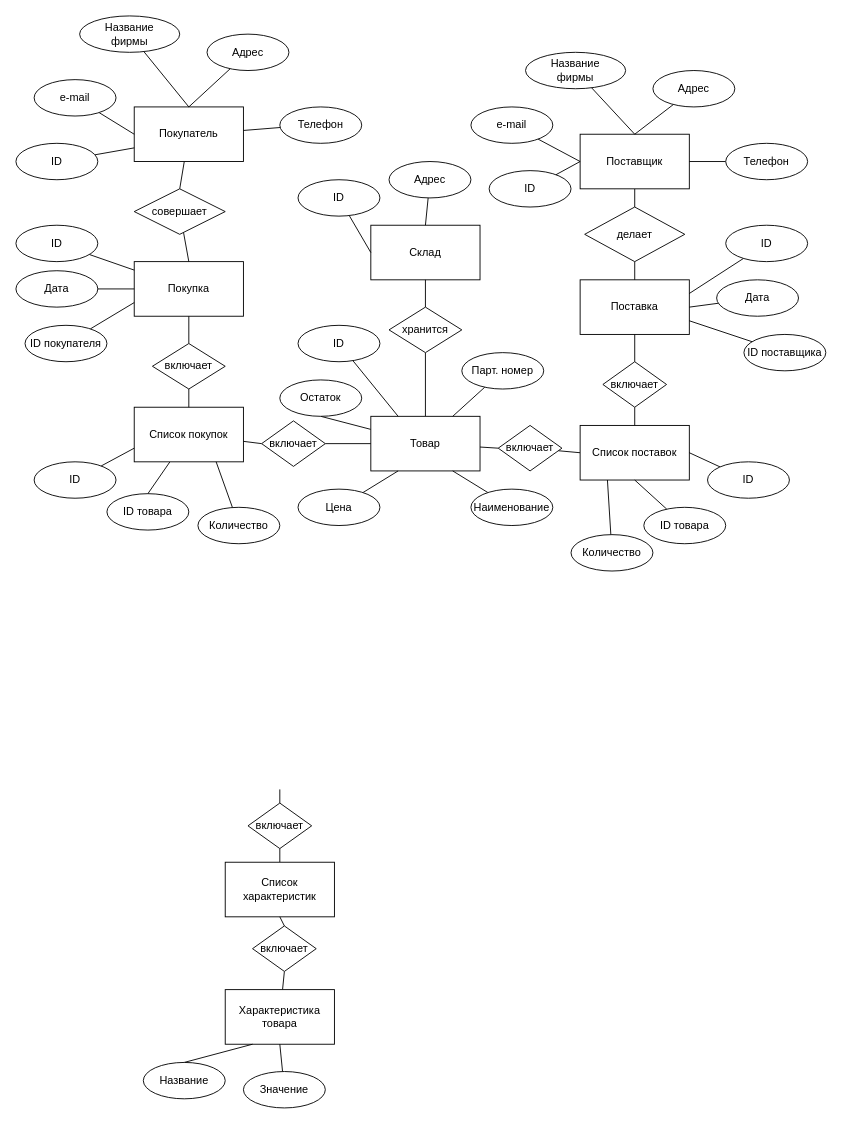
The draw.io diagram page "storehouse" (1 of 3) of Diagramms/storehouse.drawio in irina110302/Storehouse, before the edit. Source tidied: cells renumbered, new cells numbered last; positions are measured from the earlier drawing's top-left corner, leaving out a move shared by most shapes. Both pictures are drawn from the tidied source at 91%, with x=0, y=0 at pixel (15, 15).
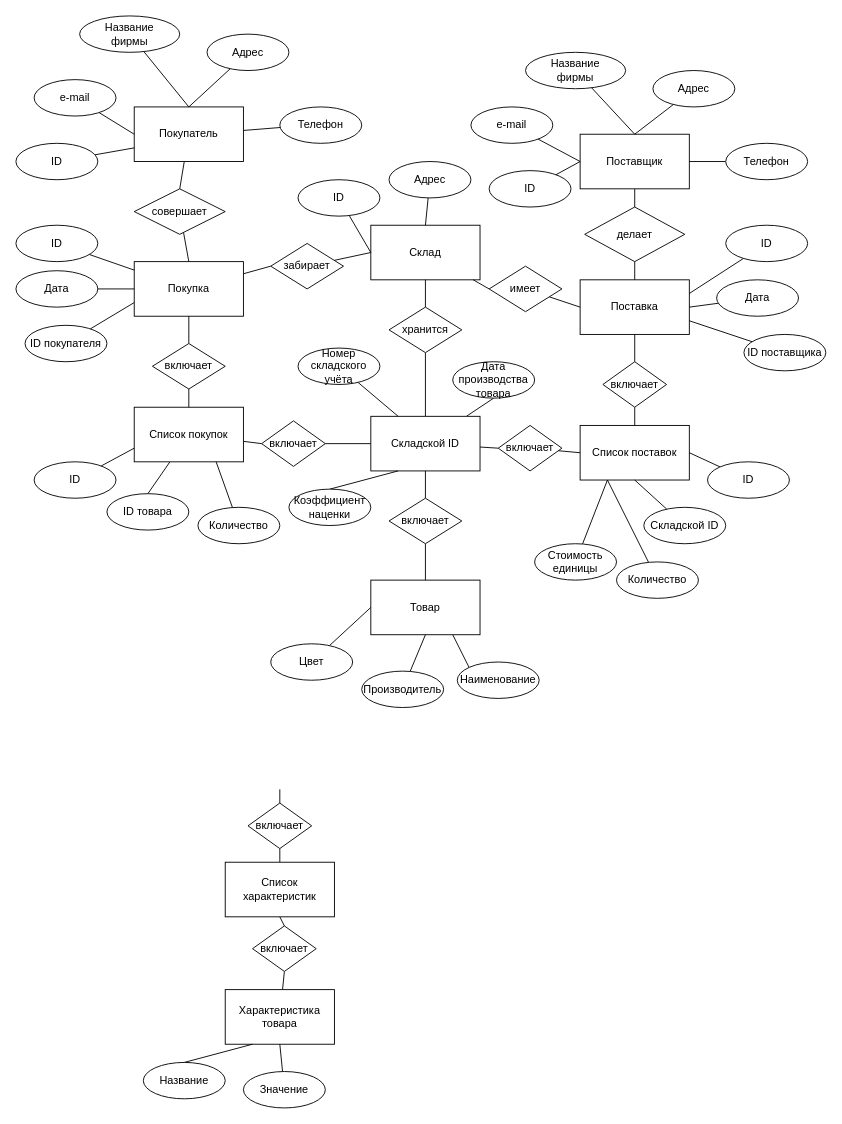
The same diagram, later.

Commit message (it also covers changes not shown here):
обновлены диаграммы

The change refers to these unchanged cells:
```xml
<mxCell id="6" value="Склад" style="rounded=0;whiteSpace=wrap;html=1;" parent="1" vertex="1">
  <mxGeometry x="390" y="230" width="120" height="60" as="geometry" />
</mxCell>
<mxCell id="14" value="Покупка" style="rounded=0;whiteSpace=wrap;html=1;" parent="1" vertex="1">
  <mxGeometry x="130" y="270" width="120" height="60" as="geometry" />
</mxCell>
<mxCell id="15" value="Поставка" style="rounded=0;whiteSpace=wrap;html=1;" parent="1" vertex="1">
  <mxGeometry x="620" y="290" width="120" height="60" as="geometry" />
</mxCell>
<mxCell id="21" value="Список поставок" style="rounded=0;whiteSpace=wrap;html=1;" parent="1" vertex="1">
  <mxGeometry x="620" y="450" width="120" height="60" as="geometry" />
</mxCell>
```

What changed in the source:
```diff
@@
+    <mxCell id="102" style="rounded=0;jettySize=auto;html=1;entryX=0;entryY=0.5;entryDx=0;entryDy=0;endArrow=none;endFill=0;startArrow=none;" parent="1" edge="1" source="107" target="15">
+      <mxGeometry relative="1" as="geometry" />
+    </mxCell>
@@
-    <mxCell id="10" style="edgeStyle=none;rounded=0;jettySize=auto;html=1;entryX=0.5;entryY=1;entryDx=0;entryDy=0;endArrow=none;endFill=0;" parent="1" edge="1" source="11" target="74">
-      <mxGeometry relative="1" as="geometry" />
-    </mxCell>
+    <mxCell id="103" style="edgeStyle=none;rounded=0;jettySize=auto;html=1;entryX=0.5;entryY=1;entryDx=0;entryDy=0;endArrow=none;endFill=0;" parent="1" edge="1" source="11" target="114">
+      <mxGeometry relative="1" as="geometry" />
+    </mxCell>
-    <mxCell id="11" value="Товар" style="rounded=0;whiteSpace=wrap;html=1;" parent="1" vertex="1">
+    <mxCell id="11" value="Складской ID" style="rounded=0;whiteSpace=wrap;html=1;" parent="1" vertex="1">
       <mxGeometry x="390" y="440" width="120" height="60" as="geometry" />
     </mxCell>
@@
+    <mxCell id="104" style="edgeStyle=none;rounded=0;jettySize=auto;html=1;entryX=0;entryY=0.5;entryDx=0;entryDy=0;endArrow=none;endFill=0;startArrow=none;" parent="1" edge="1" source="117" target="6">
+      <mxGeometry relative="1" as="geometry" />
+    </mxCell>
@@
-    <mxCell id="59" style="edgeStyle=none;rounded=0;jettySize=auto;html=1;entryX=0.25;entryY=1;entryDx=0;entryDy=0;endArrow=none;endFill=0;" parent="1" edge="1" source="60" target="11">
+    <mxCell id="59" style="edgeStyle=none;rounded=0;jettySize=auto;html=1;entryX=0.25;entryY=1;entryDx=0;entryDy=0;endArrow=none;endFill=0;exitX=0.5;exitY=0;exitDx=0;exitDy=0;" parent="1" edge="1" source="115" target="11">
       <mxGeometry relative="1" as="geometry" />
     </mxCell>
-    <mxCell id="60" value="Цена" style="ellipse;whiteSpace=wrap;html=1;" parent="1" vertex="1">
-      <mxGeometry x="310" y="520" width="90" height="40" as="geometry" />
-    </mxCell>
-    <mxCell id="61" style="edgeStyle=none;rounded=0;jettySize=auto;html=1;entryX=0.75;entryY=1;entryDx=0;entryDy=0;endArrow=none;endFill=0;" parent="1" edge="1" source="62" target="11">
-      <mxGeometry relative="1" as="geometry" />
-    </mxCell>
+    <mxCell id="105" style="edgeStyle=none;rounded=0;jettySize=auto;html=1;entryX=0.75;entryY=1;entryDx=0;entryDy=0;endArrow=none;endFill=0;exitX=0.167;exitY=0.25;exitDx=0;exitDy=0;exitPerimeter=0;" parent="1" edge="1" source="62" target="109">
+      <mxGeometry relative="1" as="geometry" />
+    </mxCell>
     <mxCell id="62" value="Наименование" style="ellipse;whiteSpace=wrap;html=1;" parent="1" vertex="1">
-      <mxGeometry x="500" y="520" width="90" height="40" as="geometry" />
+      <mxGeometry x="485" y="710" width="90" height="40" as="geometry" />
     </mxCell>
-    <mxCell id="63" style="edgeStyle=none;rounded=0;jettySize=auto;html=1;entryX=0.75;entryY=0;entryDx=0;entryDy=0;endArrow=none;endFill=0;" parent="1" edge="1" source="64" target="11">
-      <mxGeometry relative="1" as="geometry" />
-    </mxCell>
-    <mxCell id="64" value="Парт. номер" style="ellipse;whiteSpace=wrap;html=1;" parent="1" vertex="1">
-      <mxGeometry x="490" y="370" width="90" height="40" as="geometry" />
-    </mxCell>
@@
-    <mxCell id="74" value="Остаток" style="ellipse;whiteSpace=wrap;html=1;" parent="1" vertex="1">
-      <mxGeometry x="290" y="400" width="90" height="40" as="geometry" />
-    </mxCell>
@@
-    <mxCell id="90" value="ID" style="ellipse;whiteSpace=wrap;html=1;" parent="1" vertex="1">
-      <mxGeometry x="310" y="340" width="90" height="40" as="geometry" />
+    <mxCell id="90" value="Номер складского учёта" style="ellipse;whiteSpace=wrap;html=1;" parent="1" vertex="1">
+      <mxGeometry x="310" y="365" width="90" height="40" as="geometry" />
     </mxCell>
@@
-    <mxCell id="99" value="ID товара" style="ellipse;whiteSpace=wrap;html=1;" parent="1" vertex="1">
+    <mxCell id="99" value="Складской ID" style="ellipse;whiteSpace=wrap;html=1;" parent="1" vertex="1">
       <mxGeometry x="690" y="540" width="90" height="40" as="geometry" />
     </mxCell>
@@
     <mxCell id="101" value="Количество" style="ellipse;whiteSpace=wrap;html=1;" parent="1" vertex="1">
-      <mxGeometry x="610" y="570" width="90" height="40" as="geometry" />
+      <mxGeometry x="660" y="600" width="90" height="40" as="geometry" />
     </mxCell>
+    <mxCell id="106" style="rounded=0;jettySize=auto;html=1;entryX=0;entryY=0.5;entryDx=0;entryDy=0;endArrow=none;endFill=0;" parent="1" edge="1" source="6" target="107">
+      <mxGeometry relative="1" as="geometry" />
+    </mxCell>
+    <mxCell id="107" value="имеет" style="rhombus;whiteSpace=wrap;html=1;" parent="1" vertex="1">
+      <mxGeometry x="520" y="275" width="80" height="50" as="geometry" />
+    </mxCell>
+    <mxCell id="108" style="edgeStyle=none;rounded=0;jettySize=auto;html=1;entryX=0.5;entryY=1;entryDx=0;entryDy=0;endArrow=none;endFill=0;startArrow=none;" parent="1" edge="1" source="111" target="11">
+      <mxGeometry relative="1" as="geometry" />
+    </mxCell>
+    <mxCell id="109" value="Товар" style="rounded=0;whiteSpace=wrap;html=1;" parent="1" vertex="1">
+      <mxGeometry x="390" y="620" width="120" height="60" as="geometry" />
+    </mxCell>
+    <mxCell id="110" style="edgeStyle=none;rounded=0;jettySize=auto;html=1;entryX=0.5;entryY=1;entryDx=0;entryDy=0;endArrow=none;endFill=0;" parent="1" edge="1" source="109" target="111">
+      <mxGeometry relative="1" as="geometry" />
+    </mxCell>
+    <mxCell id="111" value="включает" style="rhombus;whiteSpace=wrap;html=1;" parent="1" vertex="1">
+      <mxGeometry x="410" y="530" width="80" height="50" as="geometry" />
+    </mxCell>
+    <mxCell id="112" style="edgeStyle=none;rounded=0;jettySize=auto;html=1;entryX=0.25;entryY=1;entryDx=0;entryDy=0;endArrow=none;endFill=0;" parent="1" edge="1" source="113" target="21">
+      <mxGeometry relative="1" as="geometry" />
+    </mxCell>
+    <mxCell id="113" value="Стоимость единицы" style="ellipse;whiteSpace=wrap;html=1;" parent="1" vertex="1">
+      <mxGeometry x="570" y="580" width="90" height="40" as="geometry" />
+    </mxCell>
+    <mxCell id="114" value="Дата производства товара" style="ellipse;whiteSpace=wrap;html=1;" parent="1" vertex="1">
+      <mxGeometry x="480" y="380" width="90" height="40" as="geometry" />
+    </mxCell>
+    <mxCell id="115" value="Коэффициент наценки" style="ellipse;whiteSpace=wrap;html=1;" parent="1" vertex="1">
+      <mxGeometry x="300" y="520" width="90" height="40" as="geometry" />
+    </mxCell>
+    <mxCell id="116" style="edgeStyle=none;rounded=0;jettySize=auto;html=1;entryX=0;entryY=0.5;entryDx=0;entryDy=0;endArrow=none;endFill=0;" parent="1" edge="1" source="14" target="117">
+      <mxGeometry relative="1" as="geometry" />
+    </mxCell>
+    <mxCell id="117" value="забирает" style="rhombus;whiteSpace=wrap;html=1;" parent="1" vertex="1">
+      <mxGeometry x="280" y="250" width="80" height="50" as="geometry" />
+    </mxCell>
+    <mxCell id="118" style="edgeStyle=none;rounded=0;jettySize=auto;html=1;entryX=0.5;entryY=1;entryDx=0;entryDy=0;endArrow=none;endFill=0;" parent="1" edge="1" source="119" target="109">
+      <mxGeometry relative="1" as="geometry" />
+    </mxCell>
+    <mxCell id="119" value="Производитель" style="ellipse;whiteSpace=wrap;html=1;" parent="1" vertex="1">
+      <mxGeometry x="380" y="720" width="90" height="40" as="geometry" />
+    </mxCell>
+    <mxCell id="120" style="edgeStyle=none;rounded=0;jettySize=auto;html=1;entryX=0;entryY=0.5;entryDx=0;entryDy=0;endArrow=none;endFill=0;" parent="1" edge="1" source="121" target="109">
+      <mxGeometry relative="1" as="geometry" />
+    </mxCell>
+    <mxCell id="121" value="Цвет" style="ellipse;whiteSpace=wrap;html=1;" parent="1" vertex="1">
+      <mxGeometry x="280" y="690" width="90" height="40" as="geometry" />
+    </mxCell>
```
